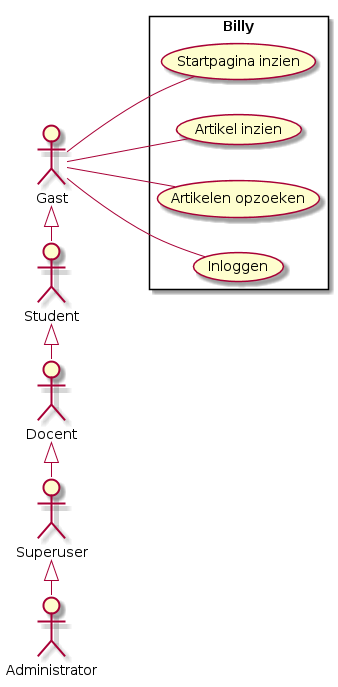
Earlier version of the PlantUML export documentation/uml/use-case/use-case.png (software-strijders/billy). Source of this version:
```plantuml
@startuml
left to right direction

rectangle Billy {
  usecase "Startpagina inzien" as UC1
  usecase "Artikel inzien" as UC2
  usecase "Artikelen opzoeken" as UC3
  usecase "Inloggen" as UC4
}

actor Gast as g
actor Student as s
actor Docent as d
actor Superuser as su
actor Administrator as a

g -right- UC1
g -right- UC2
g <|-right- s
g -- UC3
g -- UC4
s <|-right- d
d <|-right- su
su <|-right- a
@enduml
```
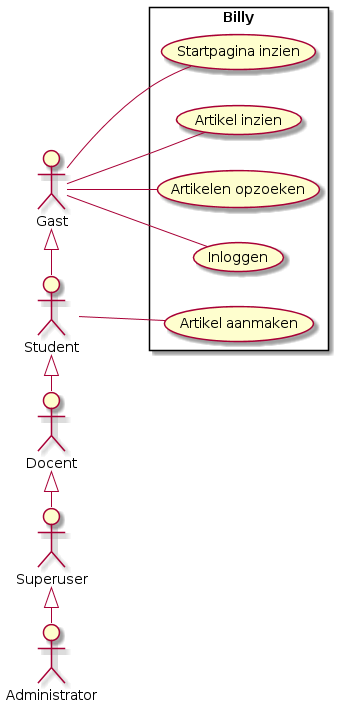
Above is the later version.

Commit message:
Update use-case diagram

What changed in the source:
```diff
@@ -6,6 +6,7 @@
   usecase "Artikel inzien" as UC2
   usecase "Artikelen opzoeken" as UC3
   usecase "Inloggen" as UC4
+  usecase "Artikel aanmaken" as UC5
 }
 
 actor Gast as g
@@ -19,7 +20,11 @@
 g <|-right- s
 g -- UC3
 g -- UC4
+
 s <|-right- d
+s -- UC5
+
 d <|-right- su
+
 su <|-right- a
 @enduml
```
